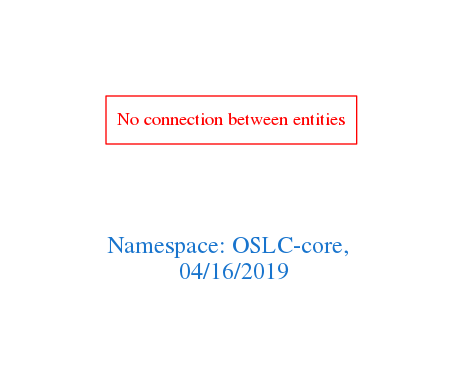
Earlier version of the Graphviz export downloads/OSLC-core.png (arago/OGIT). Its source is kept beside it as downloads/OSLC-core.dot.
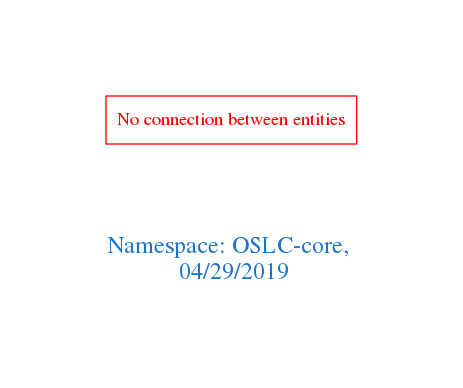
Later version of the same file.

What changed in the source:
```diff
@@ -1,7 +1,7 @@
 digraph OGIT_ontology {
  graph [ rankdir= LR,pad=1
 fontsize = 18,
-fontcolor= dodgerblue3,label = "\n\n\nNamespace: OSLC-core, \n 04/16/2019"];
+fontcolor= dodgerblue3,label = "\n\n\nNamespace: OSLC-core, \n 04/29/2019"];
 node[shape=polygon];
 edge [  color="gray81"];
 
```
